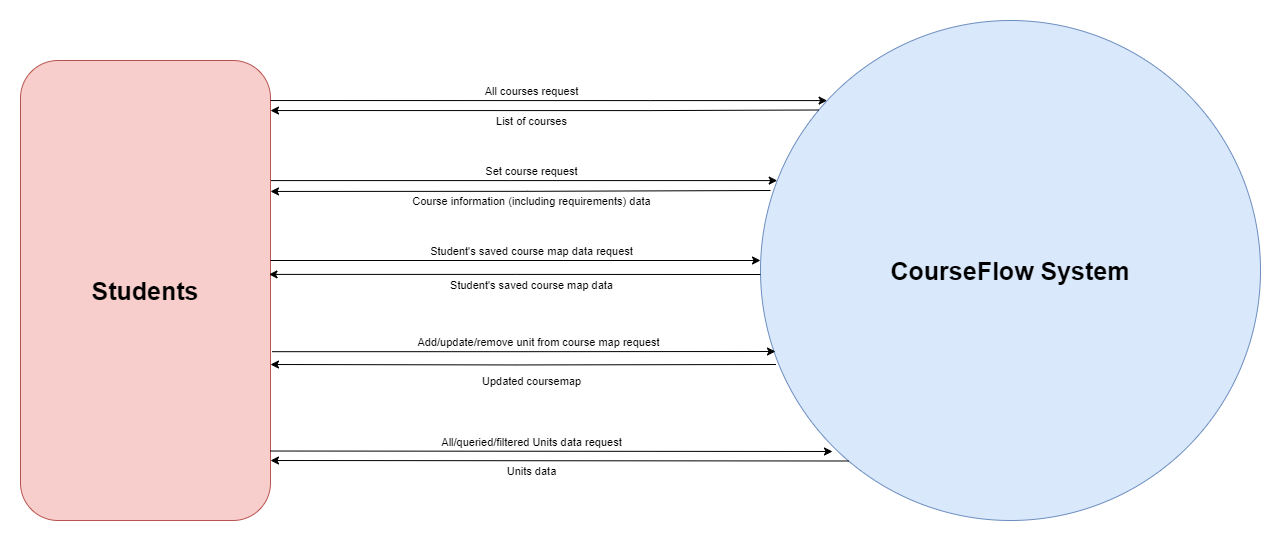
This is public/courseflow-dfd-level-0.png from thoth-tech/ThothTech-Documentation-Website, a draw.io export, as it was before one commit. Source tidied: cells renumbered, new cells last; positions are measured from the earlier drawing's top-left corner, leaving out a move shared by most shapes.
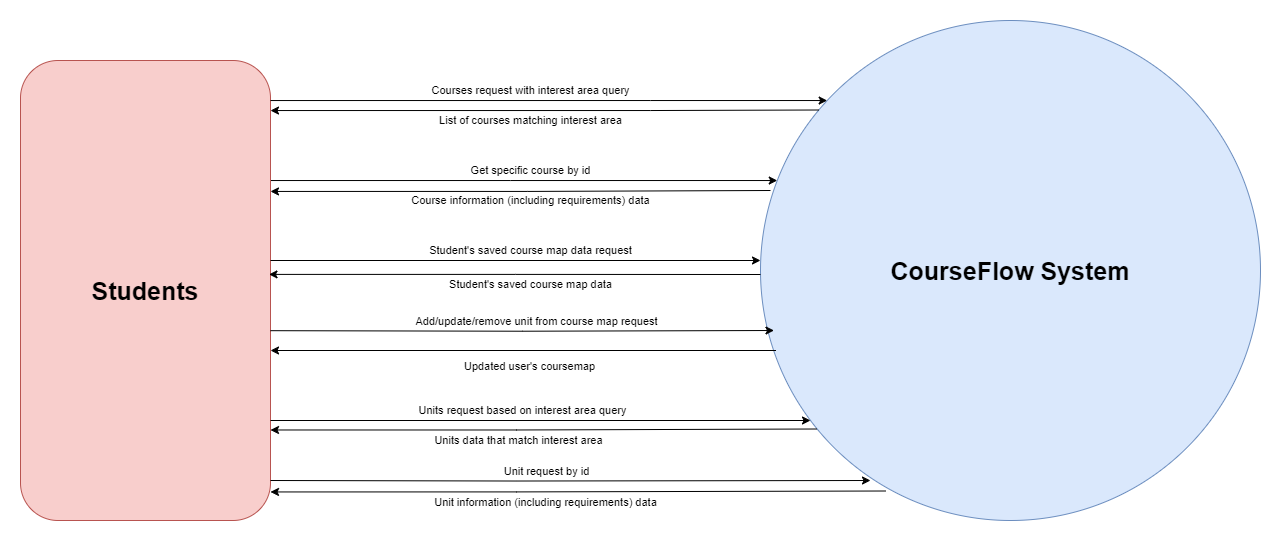
Above is the later version.

Diff of the diagram source:
```diff
@@ -13,7 +13,7 @@
         </Array>
       </mxGeometry>
     </mxCell>
-    <mxCell id="4" value="Set course request" style="edgeLabel;html=1;align=center;verticalAlign=middle;" parent="3" vertex="1">
+    <mxCell id="4" value="Get specific course by id" style="edgeLabel;html=1;align=center;verticalAlign=middle;" parent="3" vertex="1">
       <mxGeometry x="-0.19" y="3" relative="1" as="geometry">
         <mxPoint x="55" y="-7" as="offset" />
       </mxGeometry>
@@ -52,7 +52,7 @@
         </Array>
       </mxGeometry>
     </mxCell>
-    <mxCell id="11" value="All courses request" style="edgeLabel;html=1;align=center;verticalAlign=middle;" parent="10" vertex="1">
+    <mxCell id="11" value="Courses request with interest area query" style="edgeLabel;html=1;align=center;verticalAlign=middle;" parent="10" vertex="1">
       <mxGeometry x="-0.19" y="3" relative="1" as="geometry">
         <mxPoint x="35" y="-7" as="offset" />
       </mxGeometry>
@@ -65,7 +65,7 @@
         </Array>
       </mxGeometry>
     </mxCell>
-    <mxCell id="13" value="List of courses" style="edgeLabel;html=1;align=center;verticalAlign=middle;" parent="12" vertex="1">
+    <mxCell id="13" value="List of courses matching interest area" style="edgeLabel;html=1;align=center;verticalAlign=middle;" parent="12" vertex="1">
       <mxGeometry x="-0.19" y="3" relative="1" as="geometry">
         <mxPoint x="38" y="13" as="offset" />
       </mxGeometry>
@@ -81,29 +81,35 @@
         <mxPoint x="62" y="-7" as="offset" />
       </mxGeometry>
     </mxCell>
-    <mxCell id="16" style="edgeStyle=orthogonalEdgeStyle;rounded=0;jettySize=auto;html=1;entryX=0.144;entryY=0.862;entryDx=0;entryDy=0;entryPerimeter=0;startArrow=none;startFill=0;endArrow=classic;endFill=1;exitX=0.994;exitY=0.465;exitDx=0;exitDy=0;exitPerimeter=0;" parent="1" edge="1" target="2">
+    <mxCell id="16" style="edgeStyle=orthogonalEdgeStyle;rounded=0;orthogonalLoop=1;jettySize=auto;html=1;startArrow=none;startFill=0;endArrow=classic;endFill=1;exitX=0.994;exitY=0.465;exitDx=0;exitDy=0;exitPerimeter=0;" parent="1" edge="1">
       <mxGeometry relative="1" as="geometry">
-        <mxPoint x="250" y="430.5" as="sourcePoint" />
+        <mxPoint x="250" y="400" as="sourcePoint" />
+        <mxPoint x="790" y="400" as="targetPoint" />
       </mxGeometry>
     </mxCell>
-    <mxCell id="17" value="All/queried/filtered Units data request" style="edgeLabel;html=1;align=center;verticalAlign=middle;" parent="16" vertex="1">
+    <mxCell id="17" value="Units request based on interest area query" style="edgeLabel;html=1;align=center;verticalAlign=middle;" parent="16" vertex="1">
       <mxGeometry x="-0.19" y="3" relative="1" as="geometry">
         <mxPoint x="33" y="-7" as="offset" />
       </mxGeometry>
     </mxCell>
-    <mxCell id="18" style="edgeStyle=orthogonalEdgeStyle;rounded=0;jettySize=auto;html=1;entryX=0.176;entryY=0.881;entryDx=0;entryDy=0;entryPerimeter=0;startArrow=classic;startFill=1;endArrow=none;endFill=0;exitX=0.994;exitY=0.465;exitDx=0;exitDy=0;exitPerimeter=0;" parent="1" edge="1" target="2">
+    <mxCell id="18" style="edgeStyle=orthogonalEdgeStyle;rounded=0;jettySize=auto;html=1;startArrow=classic;startFill=1;endArrow=none;endFill=0;exitX=0.994;exitY=0.465;exitDx=0;exitDy=0;exitPerimeter=0;entryX=0.113;entryY=0.817;entryDx=0;entryDy=0;entryPerimeter=0;" parent="1" edge="1" target="2">
       <mxGeometry relative="1" as="geometry">
-        <mxPoint x="250" y="440" as="sourcePoint" />
+        <mxPoint x="250" y="409.5" as="sourcePoint" />
+        <Array as="points">
+          <mxPoint x="496" y="410" />
+          <mxPoint x="496" y="408" />
+        </Array>
       </mxGeometry>
     </mxCell>
-    <mxCell id="19" value="Units data" style="edgeLabel;html=1;align=center;verticalAlign=middle;" parent="18" vertex="1">
+    <mxCell id="19" value="Units data that match interest area" style="edgeLabel;html=1;align=center;verticalAlign=middle;" parent="18" vertex="1">
       <mxGeometry x="-0.19" y="3" relative="1" as="geometry">
         <mxPoint x="26" y="13" as="offset" />
       </mxGeometry>
     </mxCell>
-    <mxCell id="20" style="edgeStyle=orthogonalEdgeStyle;rounded=0;jettySize=auto;html=1;startArrow=none;startFill=0;endArrow=classic;endFill=1;entryX=0.01;entryY=0.622;entryDx=0;entryDy=0;entryPerimeter=0;exitX=1.006;exitY=0.633;exitDx=0;exitDy=0;exitPerimeter=0;" parent="1" edge="1" source="5">
+    <mxCell id="20" style="edgeStyle=orthogonalEdgeStyle;rounded=0;orthogonalLoop=1;jettySize=auto;html=1;startArrow=none;startFill=0;endArrow=classic;endFill=1;entryX=0.01;entryY=0.622;entryDx=0;entryDy=0;entryPerimeter=0;exitX=1.006;exitY=0.633;exitDx=0;exitDy=0;exitPerimeter=0;" parent="1" edge="1">
       <mxGeometry relative="1" as="geometry">
-        <mxPoint x="755" y="331" as="targetPoint" />
+        <mxPoint x="250" y="310.2" as="sourcePoint" />
+        <mxPoint x="753.5" y="310" as="targetPoint" />
       </mxGeometry>
     </mxCell>
     <mxCell id="21" value="Add/update/remove unit from course map request" style="edgeLabel;html=1;align=center;verticalAlign=middle;" parent="20" vertex="1">
@@ -111,15 +117,40 @@
         <mxPoint x="62" y="-7" as="offset" />
       </mxGeometry>
     </mxCell>
-    <mxCell id="22" style="edgeStyle=orthogonalEdgeStyle;rounded=0;jettySize=auto;html=1;startArrow=classic;startFill=1;endArrow=none;endFill=0;entryX=0.031;entryY=0.688;entryDx=0;entryDy=0;entryPerimeter=0;" parent="1" edge="1" target="2">
+    <mxCell id="22" style="edgeStyle=orthogonalEdgeStyle;rounded=0;orthogonalLoop=1;jettySize=auto;html=1;startArrow=classic;startFill=1;endArrow=none;endFill=0;entryX=0.031;entryY=0.688;entryDx=0;entryDy=0;entryPerimeter=0;" parent="1" edge="1">
       <mxGeometry relative="1" as="geometry">
-        <mxPoint x="250" y="344" as="sourcePoint" />
+        <mxPoint x="250" y="330" as="sourcePoint" />
+        <mxPoint x="755.5" y="330" as="targetPoint" />
       </mxGeometry>
     </mxCell>
-    <mxCell id="23" value="Updated coursemap" style="edgeLabel;html=1;align=center;verticalAlign=middle;" parent="22" vertex="1">
+    <mxCell id="23" value="Updated user's coursemap" style="edgeLabel;html=1;align=center;verticalAlign=middle;" parent="22" vertex="1">
       <mxGeometry x="-0.19" y="3" relative="1" as="geometry">
         <mxPoint x="55" y="19" as="offset" />
       </mxGeometry>
     </mxCell>
+    <mxCell id="24" style="edgeStyle=orthogonalEdgeStyle;rounded=0;jettySize=auto;html=1;entryX=0.22;entryY=0.92;entryDx=0;entryDy=0;entryPerimeter=0;startArrow=none;startFill=0;endArrow=classic;endFill=1;exitX=0.994;exitY=0.465;exitDx=0;exitDy=0;exitPerimeter=0;" parent="1" edge="1" target="2">
+      <mxGeometry relative="1" as="geometry">
+        <mxPoint x="250" y="460" as="sourcePoint" />
+      </mxGeometry>
+    </mxCell>
+    <mxCell id="25" value="Unit request by id" style="edgeLabel;html=1;align=center;verticalAlign=middle;" parent="24" vertex="1">
+      <mxGeometry x="-0.19" y="3" relative="1" as="geometry">
+        <mxPoint x="33" y="-7" as="offset" />
+      </mxGeometry>
+    </mxCell>
+    <mxCell id="26" style="edgeStyle=orthogonalEdgeStyle;rounded=0;jettySize=auto;html=1;startArrow=classic;startFill=1;endArrow=none;endFill=0;exitX=0.994;exitY=0.465;exitDx=0;exitDy=0;exitPerimeter=0;entryX=0.251;entryY=0.941;entryDx=0;entryDy=0;entryPerimeter=0;" parent="1" edge="1" target="2">
+      <mxGeometry relative="1" as="geometry">
+        <mxPoint x="250" y="471.5" as="sourcePoint" />
+        <Array as="points">
+          <mxPoint x="496" y="472" />
+          <mxPoint x="496" y="471" />
+        </Array>
+      </mxGeometry>
+    </mxCell>
+    <mxCell id="27" value="Unit information (including requirements) data" style="edgeLabel;html=1;align=center;verticalAlign=middle;" parent="26" vertex="1">
+      <mxGeometry x="-0.19" y="3" relative="1" as="geometry">
+        <mxPoint x="26" y="13" as="offset" />
+      </mxGeometry>
+    </mxCell>
   </root>
 </mxGraphModel>
```
